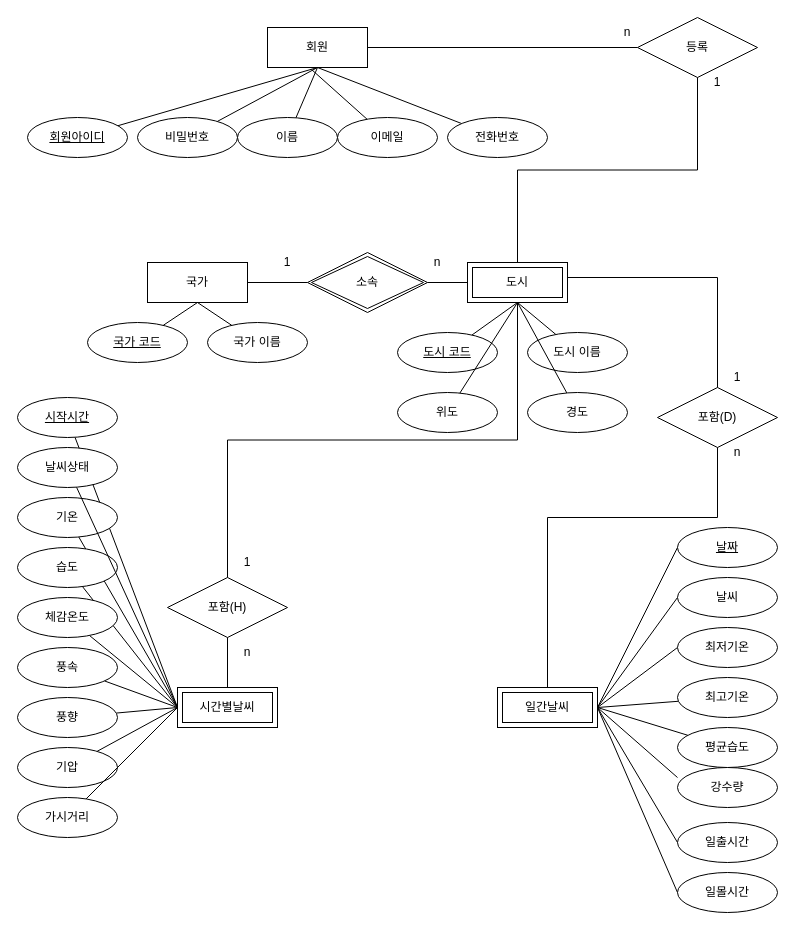
yeganghwang/db_weather keeps this draw.io diagram as Untitled Diagram.drawio. Above is the earlier version. Source tidied: cells renumbered, new cells numbered last; positions are measured from the earlier drawing's top-left corner, leaving out a move shared by most shapes. Both pictures are drawn from the tidied source at 100%, with x=0, y=0 at pixel (17, 17).
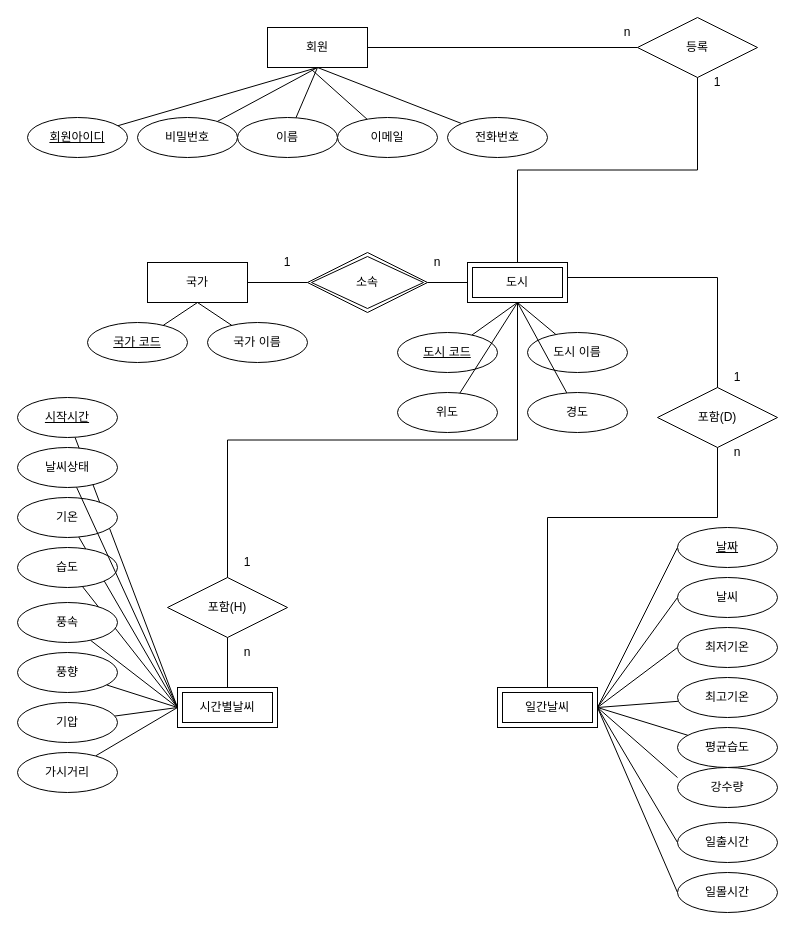
Above is the later version.

Diff of the diagram source:
```diff
@@
-    <mxCell id="42" style="edgeStyle=none;rounded=0;jettySize=auto;html=1;endArrow=none;endFill=0;" parent="1" edge="1" source="43">
-      <mxGeometry relative="1" as="geometry">
-        <mxPoint x="160" y="690" as="targetPoint" />
-      </mxGeometry>
-    </mxCell>
-    <mxCell id="43" value="체감온도" style="ellipse;whiteSpace=wrap;html=1;align=center;" parent="1" vertex="1">
-      <mxGeometry y="580" width="100" height="40" as="geometry" />
-    </mxCell>
@@
     <mxCell id="45" value="풍속" style="ellipse;whiteSpace=wrap;html=1;align=center;" parent="1" vertex="1">
-      <mxGeometry y="630" width="100" height="40" as="geometry" />
+      <mxGeometry y="585" width="100" height="40" as="geometry" />
     </mxCell>
@@
     <mxCell id="47" value="풍향" style="ellipse;whiteSpace=wrap;html=1;align=center;" parent="1" vertex="1">
-      <mxGeometry y="680" width="100" height="40" as="geometry" />
+      <mxGeometry y="635" width="100" height="40" as="geometry" />
     </mxCell>
@@
     <mxCell id="49" value="기압" style="ellipse;whiteSpace=wrap;html=1;align=center;" parent="1" vertex="1">
-      <mxGeometry y="730" width="100" height="40" as="geometry" />
+      <mxGeometry y="685" width="100" height="40" as="geometry" />
     </mxCell>
@@
     <mxCell id="51" value="가시거리" style="ellipse;whiteSpace=wrap;html=1;align=center;" parent="1" vertex="1">
-      <mxGeometry y="780" width="100" height="40" as="geometry" />
+      <mxGeometry y="735" width="100" height="40" as="geometry" />
     </mxCell>
```
